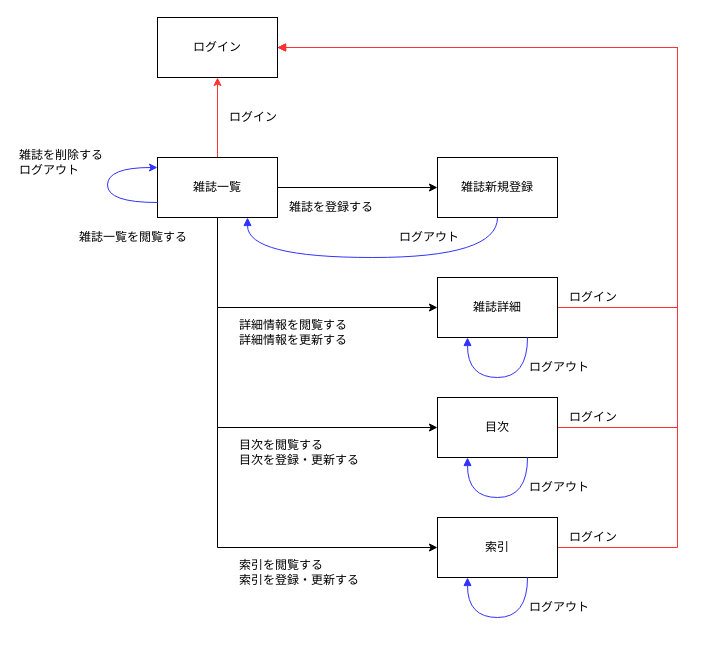
Earlier version of the draw.io diagram doc/screen-transition.drawio (tenohira-xyz/MagazineManager). Source tidied: cells renumbered, new cells numbered last; positions are measured from the earlier drawing's top-left corner, leaving out a move shared by most shapes. Both pictures are drawn from the tidied source at 100%, with x=0, y=0 at pixel (17, 17).
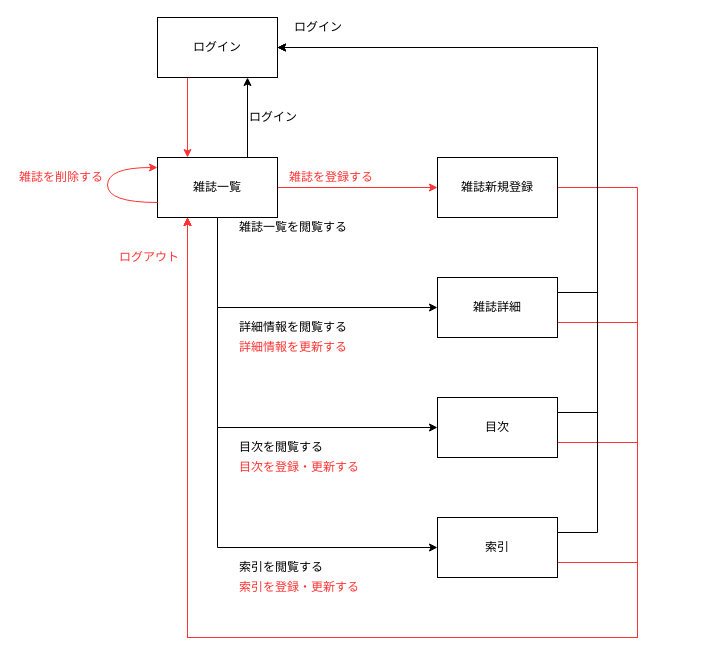
After the change.

Commit message (it also covers changes not shown here):
画面遷移図の変更を反映

The change refers to these unchanged cells:
```xml
<mxCell id="7" value="雑誌一覧" style="rounded=0;whiteSpace=wrap;html=1;" parent="1" vertex="1">
  <mxGeometry x="140" y="140" width="120" height="60" as="geometry" />
</mxCell>
<mxCell id="9" value="雑誌新規登録" style="rounded=0;whiteSpace=wrap;html=1;" parent="1" vertex="1">
  <mxGeometry x="420" y="140" width="120" height="60" as="geometry" />
</mxCell>
<mxCell id="11" value="雑誌詳細" style="rounded=0;whiteSpace=wrap;html=1;" parent="1" vertex="1">
  <mxGeometry x="420" y="260" width="120" height="60" as="geometry" />
</mxCell>
<mxCell id="13" value="目次" style="rounded=0;whiteSpace=wrap;html=1;" parent="1" vertex="1">
  <mxGeometry x="420" y="380" width="120" height="60" as="geometry" />
</mxCell>
<mxCell id="15" value="索引" style="rounded=0;whiteSpace=wrap;html=1;" parent="1" vertex="1">
  <mxGeometry x="420" y="500" width="120" height="60" as="geometry" />
</mxCell>
<mxCell id="16" value="ログイン" style="rounded=0;whiteSpace=wrap;html=1;" parent="1" vertex="1">
  <mxGeometry x="140" width="120" height="60" as="geometry" />
</mxCell>
```

Diff of the diagram source:
```diff
@@
-    <mxCell id="2" style="edgeStyle=orthogonalEdgeStyle;rounded=0;jettySize=auto;html=1;entryX=0.5;entryY=1;entryDx=0;entryDy=0;strokeColor=#FF3333;" parent="1" edge="1" source="7" target="16">
-      <mxGeometry relative="1" as="geometry" />
-    </mxCell>
-    <mxCell id="3" style="edgeStyle=orthogonalEdgeStyle;rounded=0;jettySize=auto;html=1;entryX=0;entryY=0.5;entryDx=0;entryDy=0;" parent="1" edge="1" source="7" target="9">
+    <mxCell id="3" style="edgeStyle=orthogonalEdgeStyle;rounded=0;jettySize=auto;html=1;entryX=0;entryY=0.5;entryDx=0;entryDy=0;strokeColor=#FF3333;" parent="1" edge="1" source="7" target="9">
       <mxGeometry relative="1" as="geometry" />
     </mxCell>
@@
+    <mxCell id="2" style="edgeStyle=orthogonalEdgeStyle;rounded=0;jettySize=auto;html=1;exitX=0.75;exitY=0;exitDx=0;exitDy=0;entryX=0.75;entryY=1;entryDx=0;entryDy=0;endArrow=classic;endFill=1;strokeColor=#000000;" parent="1" edge="1" source="7" target="16">
+      <mxGeometry relative="1" as="geometry" />
+    </mxCell>
@@
-    <mxCell id="8" style="edgeStyle=orthogonalEdgeStyle;curved=1;rounded=0;jettySize=auto;html=1;entryX=0.75;entryY=1;entryDx=0;entryDy=0;endArrow=block;endFill=1;strokeColor=#3333FF;" parent="1" edge="1" source="9" target="7">
+    <mxCell id="8" style="edgeStyle=orthogonalEdgeStyle;rounded=0;jettySize=auto;html=1;entryX=0.25;entryY=1;entryDx=0;entryDy=0;endArrow=classic;endFill=1;strokeColor=#FF3333;" parent="1" edge="1" source="9" target="7">
       <mxGeometry relative="1" as="geometry">
         <Array as="points">
-          <mxPoint x="480" y="240" />
-          <mxPoint x="230" y="240" />
+          <mxPoint x="620" y="170" />
+          <mxPoint x="620" y="620" />
+          <mxPoint x="170" y="620" />
         </Array>
       </mxGeometry>
     </mxCell>
@@
-    <mxCell id="10" style="edgeStyle=orthogonalEdgeStyle;rounded=0;jettySize=auto;html=1;entryX=1;entryY=0.5;entryDx=0;entryDy=0;endArrow=block;endFill=1;strokeColor=#FF3333;" parent="1" edge="1" source="11" target="16">
+    <mxCell id="10" style="edgeStyle=orthogonalEdgeStyle;rounded=0;jettySize=auto;html=1;exitX=1;exitY=0.25;exitDx=0;exitDy=0;entryX=1;entryY=0.5;entryDx=0;entryDy=0;endArrow=classic;endFill=1;strokeColor=#000000;" parent="1" edge="1" source="11" target="16">
       <mxGeometry relative="1" as="geometry">
         <Array as="points">
-          <mxPoint x="660" y="290" />
-          <mxPoint x="660" y="30" />
+          <mxPoint x="580" y="275" />
+          <mxPoint x="580" y="30" />
         </Array>
       </mxGeometry>
     </mxCell>
+    <mxCell id="35" style="edgeStyle=orthogonalEdgeStyle;rounded=0;jettySize=auto;html=1;exitX=1;exitY=0.75;exitDx=0;exitDy=0;entryX=0.25;entryY=1;entryDx=0;entryDy=0;endArrow=classic;endFill=1;strokeColor=#FF3333;" parent="1" edge="1" source="11" target="7">
+      <mxGeometry relative="1" as="geometry">
+        <Array as="points">
+          <mxPoint x="620" y="305" />
+          <mxPoint x="620" y="620" />
+          <mxPoint x="170" y="620" />
+        </Array>
+      </mxGeometry>
+    </mxCell>
@@
-    <mxCell id="12" style="edgeStyle=orthogonalEdgeStyle;rounded=0;jettySize=auto;html=1;entryX=1;entryY=0.5;entryDx=0;entryDy=0;endArrow=block;endFill=1;strokeColor=#FF3333;" parent="1" edge="1" source="13" target="16">
+    <mxCell id="12" style="edgeStyle=orthogonalEdgeStyle;rounded=0;jettySize=auto;html=1;exitX=1;exitY=0.25;exitDx=0;exitDy=0;entryX=1;entryY=0.5;entryDx=0;entryDy=0;endArrow=classic;endFill=1;strokeColor=#000000;" parent="1" edge="1" source="13" target="16">
       <mxGeometry relative="1" as="geometry">
         <Array as="points">
-          <mxPoint x="660" y="410" />
-          <mxPoint x="660" y="30" />
+          <mxPoint x="580" y="395" />
+          <mxPoint x="580" y="30" />
         </Array>
       </mxGeometry>
     </mxCell>
+    <mxCell id="36" style="edgeStyle=orthogonalEdgeStyle;rounded=0;jettySize=auto;html=1;exitX=1;exitY=0.75;exitDx=0;exitDy=0;endArrow=classic;endFill=1;strokeColor=#FF3333;" parent="1" edge="1" source="13">
+      <mxGeometry relative="1" as="geometry">
+        <mxPoint x="170" y="200" as="targetPoint" />
+        <Array as="points">
+          <mxPoint x="620" y="425" />
+          <mxPoint x="620" y="620" />
+          <mxPoint x="170" y="620" />
+        </Array>
+      </mxGeometry>
+    </mxCell>
@@
-    <mxCell id="14" style="edgeStyle=orthogonalEdgeStyle;rounded=0;jettySize=auto;html=1;endArrow=block;endFill=1;strokeColor=#FF3333;" parent="1" edge="1" source="15">
-      <mxGeometry relative="1" as="geometry">
-        <mxPoint x="260" y="30" as="targetPoint" />
-        <Array as="points">
-          <mxPoint x="660" y="530" />
-          <mxPoint x="660" y="30" />
-        </Array>
-      </mxGeometry>
-    </mxCell>
+    <mxCell id="37" style="edgeStyle=orthogonalEdgeStyle;rounded=0;jettySize=auto;html=1;exitX=1;exitY=0.25;exitDx=0;exitDy=0;endArrow=classic;endFill=1;strokeColor=#000000;" parent="1" edge="1" source="15">
+      <mxGeometry relative="1" as="geometry">
+        <mxPoint x="260" y="30" as="targetPoint" />
+        <Array as="points">
+          <mxPoint x="580" y="515" />
+          <mxPoint x="580" y="30" />
+        </Array>
+      </mxGeometry>
+    </mxCell>
+    <mxCell id="38" style="edgeStyle=orthogonalEdgeStyle;rounded=0;jettySize=auto;html=1;exitX=1;exitY=0.75;exitDx=0;exitDy=0;endArrow=classic;endFill=1;strokeColor=#FF3333;entryX=0.25;entryY=1;entryDx=0;entryDy=0;" parent="1" edge="1" source="15" target="7">
+      <mxGeometry relative="1" as="geometry">
+        <Array as="points">
+          <mxPoint x="620" y="545" />
+          <mxPoint x="620" y="620" />
+          <mxPoint x="170" y="620" />
+        </Array>
+      </mxGeometry>
+    </mxCell>
@@
+    <mxCell id="39" style="edgeStyle=orthogonalEdgeStyle;rounded=0;jettySize=auto;html=1;exitX=0.25;exitY=1;exitDx=0;exitDy=0;entryX=0.25;entryY=0;entryDx=0;entryDy=0;endArrow=classic;endFill=1;strokeColor=#FF3333;" parent="1" edge="1" source="16" target="7">
+      <mxGeometry relative="1" as="geometry" />
+    </mxCell>
@@
     <mxCell id="17" value="ログイン" style="text;html=1;strokeColor=none;fillColor=none;align=left;verticalAlign=middle;whiteSpace=wrap;rounded=0;" parent="1" vertex="1">
-      <mxGeometry x="210" y="90" width="100" height="20" as="geometry" />
+      <mxGeometry x="230" y="90" width="100" height="20" as="geometry" />
     </mxCell>
-    <mxCell id="18" value="雑誌を登録する" style="text;html=1;strokeColor=none;fillColor=none;align=left;verticalAlign=middle;whiteSpace=wrap;rounded=0;" parent="1" vertex="1">
-      <mxGeometry x="270" y="180" width="110" height="20" as="geometry" />
+    <mxCell id="18" value="雑誌を登録する" style="text;html=1;strokeColor=none;fillColor=none;align=left;verticalAlign=middle;whiteSpace=wrap;rounded=0;fontColor=#FF3333;" parent="1" vertex="1">
+      <mxGeometry x="270" y="150" width="110" height="20" as="geometry" />
     </mxCell>
-    <mxCell id="19" value="詳細情報を閲覧する&lt;br&gt;詳細情報を更新する" style="text;html=1;strokeColor=none;fillColor=none;align=left;verticalAlign=middle;whiteSpace=wrap;rounded=0;" parent="1" vertex="1">
-      <mxGeometry x="220" y="300" width="140" height="30" as="geometry" />
+    <mxCell id="19" value="詳細情報を閲覧する" style="text;html=1;strokeColor=none;fillColor=none;align=left;verticalAlign=middle;whiteSpace=wrap;rounded=0;" parent="1" vertex="1">
+      <mxGeometry x="220" y="300" width="140" height="20" as="geometry" />
     </mxCell>
-    <mxCell id="20" value="目次を閲覧する&lt;br&gt;目次を登録・更新する" style="text;html=1;strokeColor=none;fillColor=none;align=left;verticalAlign=middle;whiteSpace=wrap;rounded=0;" parent="1" vertex="1">
-      <mxGeometry x="220" y="420" width="160" height="30" as="geometry" />
+    <mxCell id="20" value="目次を閲覧する" style="text;html=1;strokeColor=none;fillColor=none;align=left;verticalAlign=middle;whiteSpace=wrap;rounded=0;" parent="1" vertex="1">
+      <mxGeometry x="220" y="420" width="160" height="20" as="geometry" />
     </mxCell>
-    <mxCell id="21" value="索引を閲覧する&lt;br&gt;索引を登録・更新する" style="text;html=1;strokeColor=none;fillColor=none;align=left;verticalAlign=middle;whiteSpace=wrap;rounded=0;" parent="1" vertex="1">
-      <mxGeometry x="220" y="540" width="160" height="30" as="geometry" />
+    <mxCell id="21" value="索引を閲覧する" style="text;html=1;strokeColor=none;fillColor=none;align=left;verticalAlign=middle;whiteSpace=wrap;rounded=0;" parent="1" vertex="1">
+      <mxGeometry x="220" y="540" width="160" height="20" as="geometry" />
     </mxCell>
-    <mxCell id="22" style="curved=1;endArrow=classic;html=1;exitX=0;exitY=0.75;exitDx=0;exitDy=0;strokeColor=#3333FF;" parent="1" edge="1" source="7">
+    <mxCell id="22" style="curved=1;endArrow=classic;html=1;exitX=0;exitY=0.75;exitDx=0;exitDy=0;strokeColor=#FF3333;" parent="1" edge="1" source="7">
       <mxGeometry relative="1" as="geometry">
         <mxPoint x="140" y="150" as="targetPoint" />
         <Array as="points">
           <mxPoint x="90" y="185" />
           <mxPoint x="90" y="150" />
         </Array>
       </mxGeometry>
     </mxCell>
-    <mxCell id="23" value="雑誌を削除する&lt;br&gt;ログアウト" style="text;html=1;strokeColor=none;fillColor=none;align=left;verticalAlign=middle;whiteSpace=wrap;rounded=0;" parent="1" vertex="1">
-      <mxGeometry y="130" width="100" height="30" as="geometry" />
+    <mxCell id="23" value="雑誌を削除する" style="text;html=1;strokeColor=none;fillColor=none;align=left;verticalAlign=middle;whiteSpace=wrap;rounded=0;fontColor=#FF3333;" parent="1" vertex="1">
+      <mxGeometry y="150" width="100" height="20" as="geometry" />
     </mxCell>
     <mxCell id="24" value="雑誌一覧を閲覧する" style="text;html=1;strokeColor=none;fillColor=none;align=left;verticalAlign=middle;whiteSpace=wrap;rounded=0;" parent="1" vertex="1">
-      <mxGeometry x="60" y="210" width="120" height="20" as="geometry" />
+      <mxGeometry x="220" y="200" width="120" height="20" as="geometry" />
     </mxCell>
-    <mxCell id="25" style="edgeStyle=orthogonalEdgeStyle;rounded=0;jettySize=auto;html=1;exitX=0.75;exitY=1;exitDx=0;exitDy=0;endArrow=block;endFill=1;curved=1;strokeColor=#3333FF;" parent="1" edge="1" source="11">
-      <mxGeometry relative="1" as="geometry">
-        <mxPoint x="450" y="320" as="targetPoint" />
-        <Array as="points">
-          <mxPoint x="510" y="360" />
-          <mxPoint x="450" y="360" />
-        </Array>
-      </mxGeometry>
-    </mxCell>
-    <mxCell id="26" style="edgeStyle=orthogonalEdgeStyle;curved=1;rounded=0;orthogonalLoop=1;jettySize=auto;html=1;exitX=0.75;exitY=1;exitDx=0;exitDy=0;entryX=0.25;entryY=1;entryDx=0;entryDy=0;endArrow=block;endFill=1;strokeColor=#3333FF;" parent="1" edge="1" source="13" target="13">
-      <mxGeometry relative="1" as="geometry">
-        <Array as="points">
-          <mxPoint x="510" y="480" />
-          <mxPoint x="450" y="480" />
-        </Array>
-      </mxGeometry>
-    </mxCell>
-    <mxCell id="27" style="edgeStyle=orthogonalEdgeStyle;curved=1;rounded=0;orthogonalLoop=1;jettySize=auto;html=1;exitX=0.75;exitY=1;exitDx=0;exitDy=0;entryX=0.25;entryY=1;entryDx=0;entryDy=0;endArrow=block;endFill=1;strokeColor=#3333FF;" parent="1" edge="1" source="15" target="15">
-      <mxGeometry relative="1" as="geometry">
-        <Array as="points">
-          <mxPoint x="510" y="600" />
-          <mxPoint x="450" y="600" />
-        </Array>
-      </mxGeometry>
-    </mxCell>
-    <mxCell id="28" value="ログイン" style="text;html=1;strokeColor=none;fillColor=none;align=left;verticalAlign=middle;whiteSpace=wrap;rounded=0;" parent="1" vertex="1">
-      <mxGeometry x="550" y="270" width="80" height="20" as="geometry" />
-    </mxCell>
-    <mxCell id="29" value="ログイン" style="text;html=1;strokeColor=none;fillColor=none;align=left;verticalAlign=middle;whiteSpace=wrap;rounded=0;" parent="1" vertex="1">
-      <mxGeometry x="550" y="390" width="80" height="20" as="geometry" />
-    </mxCell>
-    <mxCell id="30" value="ログイン" style="text;html=1;strokeColor=none;fillColor=none;align=left;verticalAlign=middle;whiteSpace=wrap;rounded=0;" parent="1" vertex="1">
-      <mxGeometry x="550" y="510" width="80" height="20" as="geometry" />
-    </mxCell>
-    <mxCell id="31" value="ログアウト" style="text;html=1;strokeColor=none;fillColor=none;align=left;verticalAlign=middle;whiteSpace=wrap;rounded=0;" parent="1" vertex="1">
-      <mxGeometry x="380" y="210" width="80" height="20" as="geometry" />
-    </mxCell>
-    <mxCell id="32" value="ログアウト" style="text;html=1;strokeColor=none;fillColor=none;align=left;verticalAlign=middle;whiteSpace=wrap;rounded=0;" parent="1" vertex="1">
-      <mxGeometry x="510" y="340" width="80" height="20" as="geometry" />
-    </mxCell>
-    <mxCell id="33" value="ログアウト" style="text;html=1;strokeColor=none;fillColor=none;align=left;verticalAlign=middle;whiteSpace=wrap;rounded=0;" parent="1" vertex="1">
-      <mxGeometry x="510" y="460" width="80" height="20" as="geometry" />
-    </mxCell>
-    <mxCell id="34" value="ログアウト" style="text;html=1;strokeColor=none;fillColor=none;align=left;verticalAlign=middle;whiteSpace=wrap;rounded=0;" parent="1" vertex="1">
-      <mxGeometry x="510" y="580" width="80" height="20" as="geometry" />
-    </mxCell>
+    <mxCell id="40" value="詳細情報を更新する" style="text;html=1;strokeColor=none;fillColor=none;align=left;verticalAlign=middle;whiteSpace=wrap;rounded=0;fontColor=#FF3333;" parent="1" vertex="1">
+      <mxGeometry x="220" y="320" width="140" height="20" as="geometry" />
+    </mxCell>
+    <mxCell id="41" value="目次を登録・更新する" style="text;html=1;strokeColor=none;fillColor=none;align=left;verticalAlign=middle;whiteSpace=wrap;rounded=0;fontColor=#FF3333;" parent="1" vertex="1">
+      <mxGeometry x="220" y="440" width="160" height="20" as="geometry" />
+    </mxCell>
+    <mxCell id="42" value="索引を登録・更新する" style="text;html=1;strokeColor=none;fillColor=none;align=left;verticalAlign=middle;whiteSpace=wrap;rounded=0;fontColor=#FF3333;" parent="1" vertex="1">
+      <mxGeometry x="220" y="560" width="160" height="20" as="geometry" />
+    </mxCell>
+    <mxCell id="43" value="ログイン" style="text;html=1;strokeColor=none;fillColor=none;align=left;verticalAlign=middle;whiteSpace=wrap;rounded=0;" parent="1" vertex="1">
+      <mxGeometry x="275" width="100" height="20" as="geometry" />
+    </mxCell>
+    <mxCell id="44" value="ログアウト" style="text;html=1;strokeColor=none;fillColor=none;align=left;verticalAlign=middle;whiteSpace=wrap;rounded=0;fontColor=#FF3333;" parent="1" vertex="1">
+      <mxGeometry x="100" y="230" width="80" height="20" as="geometry" />
+    </mxCell>
```
